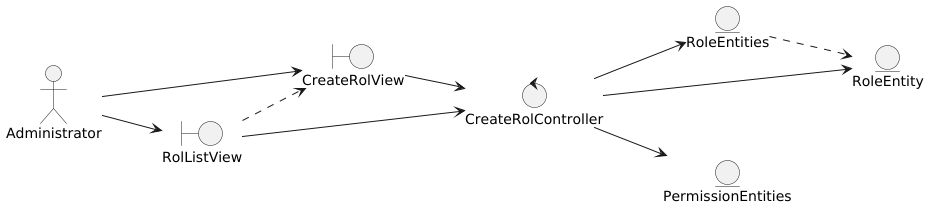
This is out/DesignView/AnalysisView/UseCaseAnalysis/Classes.CU71.Analysis.png from wsmcbl/wsmcbl.doc, a PlantUML export, as it was before one commit.
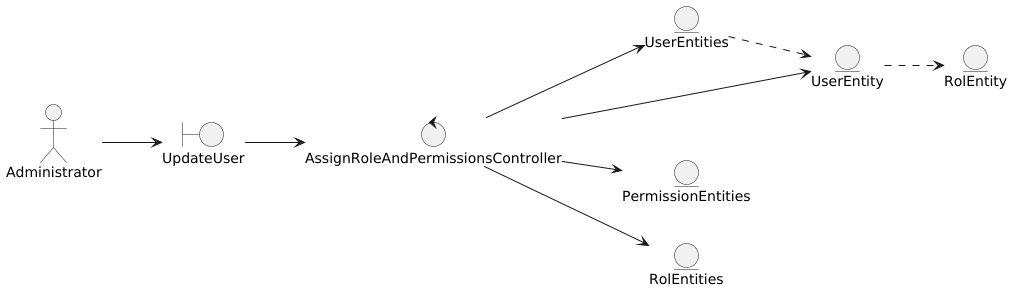
After the change.

Change to the diagram source:
```diff
@@ -3,27 +3,27 @@
 
 actor Administrator
 
-boundary RolListView
-boundary CreateRolView
+boundary UpdateUser
 
-control CreateRolController
+control AssignRoleAndPermissionsController
 
-entity RoleEntities
-entity RoleEntity
+entity UserEntities
+entity UserEntity
 entity PermissionEntities
+entity RolEntities
+entity RolEntity
 
 
-Administrator --> RolListView
-Administrator --> CreateRolView
+Administrator --> UpdateUser
 
-RolListView ..> CreateRolView
-RolListView --> CreateRolController
-CreateRolView --> CreateRolController
+UpdateUser --> AssignRoleAndPermissionsController
 
-CreateRolController --> RoleEntities
-CreateRolController --> RoleEntity
-CreateRolController --> PermissionEntities
+AssignRoleAndPermissionsController --> UserEntities
+AssignRoleAndPermissionsController --> UserEntity
+AssignRoleAndPermissionsController --> PermissionEntities
+AssignRoleAndPermissionsController --> RolEntities
 
-RoleEntities ..> RoleEntity
+UserEntities ..> UserEntity
+UserEntity ..> RolEntity
 
 @enduml
```
